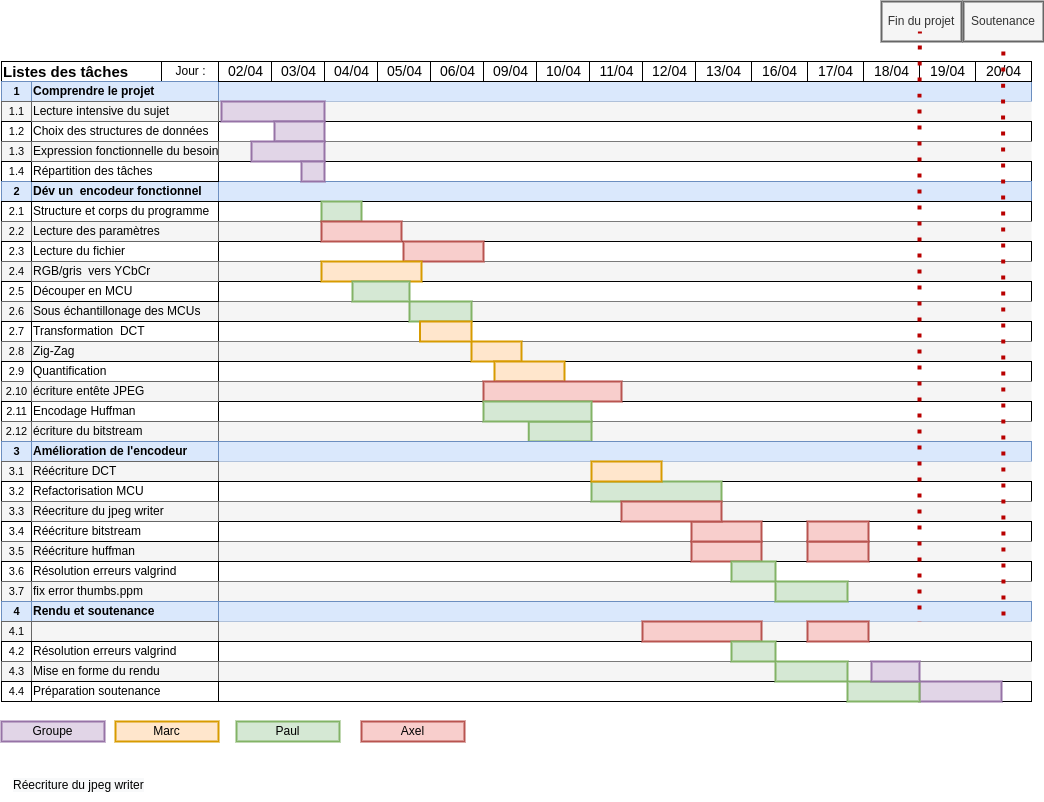
Earlier version of the draw.io export docs/Gantt.drawio.png (Paul-vrn/jpeg-encoder). Source tidied: cells renumbered, new cells last; positions are measured from the earlier drawing's top-left corner, leaving out a move shared by most shapes.
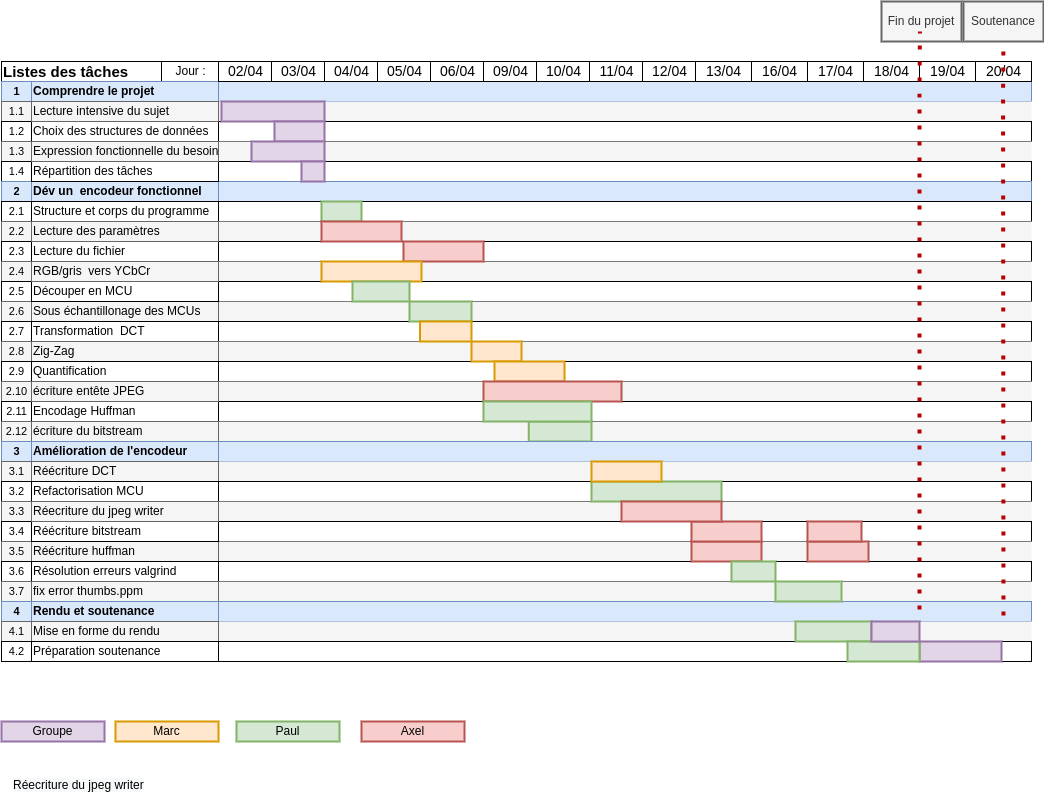
After the commit.

The edit, as a diff of the source:
```diff
@@ -394,7 +394,7 @@
       <mxGeometry x="730" y="560" width="44" height="20" as="geometry" />
     </mxCell>
     <mxCell id="130" style="rounded=0;whiteSpace=wrap;html=1;fillColor=#d5e8d4;strokeColor=#82b366;strokeWidth=2;" parent="1" vertex="1">
-      <mxGeometry x="774" y="580" width="72" height="20" as="geometry" />
+      <mxGeometry x="774" y="580" width="66" height="20" as="geometry" />
     </mxCell>
     <mxCell id="131" style="endArrow=none;dashed=1;html=1;dashPattern=1 3;strokeWidth=4;fontSize=12;fillColor=#f8cecc;strokeColor=#B80000;" parent="1" edge="1">
       <mxGeometry relative="1" as="geometry">
@@ -410,7 +410,7 @@
       <mxGeometry x="806" y="540" width="61" height="20" as="geometry" />
     </mxCell>
     <mxCell id="133" style="rounded=0;whiteSpace=wrap;html=1;fillColor=#f8cecc;strokeColor=#b85450;strokeWidth=2;" parent="1" vertex="1">
-      <mxGeometry x="806" y="520" width="61" height="20" as="geometry" />
+      <mxGeometry x="806" y="520" width="54" height="20" as="geometry" />
     </mxCell>
     <mxCell id="134" value="4.1" style="strokeWidth=1;fontStyle=0;html=1;verticalAlign=middle;align=center;strokeColor=#666666;fontColor=#000000;fillColor=#f5f5f5;fontSize=11;fontFamily=Helvetica;" parent="1" vertex="1">
       <mxGeometry y="620" width="30" height="20" as="geometry" />
@@ -418,56 +418,29 @@
     <mxCell id="135" value="4.2" style="strokeWidth=1;fontStyle=0;html=1;verticalAlign=middle;align=center;fontSize=11;fontFamily=Helvetica;fontColor=#000000;" parent="1" vertex="1">
       <mxGeometry y="640" width="30" height="20" as="geometry" />
     </mxCell>
-    <mxCell id="136" style="align=left;html=1;fillColor=#f5f5f5;fontColor=#333333;strokeColor=none;" parent="1" vertex="1">
-      <mxGeometry x="217" y="620" width="813" height="20" as="geometry" />
-    </mxCell>
-    <mxCell id="137" style="align=left;html=1;" parent="1" vertex="1">
-      <mxGeometry x="217" y="640" width="813" height="20" as="geometry" />
-    </mxCell>
-    <mxCell id="138" style="align=left;html=1;strokeColor=#666666;perimeterSpacing=0;fillColor=#f5f5f5;" parent="1" vertex="1">
-      <mxGeometry x="30" y="620" width="187" height="20" as="geometry" />
-    </mxCell>
-    <mxCell id="139" value="Résolution erreurs valgrind" style="align=left;html=1;perimeterSpacing=0;" parent="1" vertex="1">
-      <mxGeometry x="30" y="640" width="187" height="20" as="geometry" />
-    </mxCell>
-    <mxCell id="140" value="4.3" style="strokeWidth=1;fontStyle=0;html=1;verticalAlign=middle;align=center;strokeColor=#666666;fontColor=#000000;fillColor=#f5f5f5;fontSize=11;fontFamily=Helvetica;" parent="1" vertex="1">
-      <mxGeometry y="660" width="30" height="20" as="geometry" />
-    </mxCell>
-    <mxCell id="141" value="4.4" style="strokeWidth=1;fontStyle=0;html=1;verticalAlign=middle;align=center;fontSize=11;fontFamily=Helvetica;fontColor=#000000;" parent="1" vertex="1">
-      <mxGeometry y="680" width="30" height="20" as="geometry" />
-    </mxCell>
     <mxCell id="142" style="align=left;html=1;fillColor=#f5f5f5;fontColor=#333333;strokeColor=none;" parent="1" vertex="1">
-      <mxGeometry x="217" y="660" width="813" height="20" as="geometry" />
+      <mxGeometry x="217" y="620" width="813" height="20" as="geometry" />
     </mxCell>
     <mxCell id="143" style="align=left;html=1;" parent="1" vertex="1">
-      <mxGeometry x="217" y="680" width="813" height="20" as="geometry" />
+      <mxGeometry x="217" y="640" width="813" height="20" as="geometry" />
     </mxCell>
     <mxCell id="144" value="Mise en forme du rendu" style="align=left;html=1;strokeColor=#666666;perimeterSpacing=0;fillColor=#f5f5f5;" parent="1" vertex="1">
-      <mxGeometry x="30" y="660" width="187" height="20" as="geometry" />
+      <mxGeometry x="30" y="620" width="187" height="20" as="geometry" />
     </mxCell>
     <mxCell id="145" value="Préparation soutenance" style="align=left;html=1;perimeterSpacing=0;" parent="1" vertex="1">
-      <mxGeometry x="30" y="680" width="187" height="20" as="geometry" />
+      <mxGeometry x="30" y="640" width="187" height="20" as="geometry" />
     </mxCell>
     <mxCell id="146" style="rounded=0;whiteSpace=wrap;html=1;fillColor=#e1d5e7;strokeColor=#9673a6;strokeWidth=2;" parent="1" vertex="1">
-      <mxGeometry x="918" y="680" width="82" height="20" as="geometry" />
+      <mxGeometry x="918" y="640" width="82" height="20" as="geometry" />
     </mxCell>
-    <mxCell id="147" style="rounded=0;whiteSpace=wrap;html=1;fillColor=#f8cecc;strokeColor=#b85450;strokeWidth=2;" parent="1" vertex="1">
-      <mxGeometry x="641" y="620" width="119" height="20" as="geometry" />
-    </mxCell>
-    <mxCell id="148" style="rounded=0;whiteSpace=wrap;html=1;fillColor=#d5e8d4;strokeColor=#82b366;strokeWidth=2;" parent="1" vertex="1">
-      <mxGeometry x="730" y="640" width="44" height="20" as="geometry" />
-    </mxCell>
     <mxCell id="149" style="rounded=0;whiteSpace=wrap;html=1;fillColor=#d5e8d4;strokeColor=#82b366;strokeWidth=2;" parent="1" vertex="1">
-      <mxGeometry x="774" y="660" width="72" height="20" as="geometry" />
+      <mxGeometry x="794" y="620" width="76" height="20" as="geometry" />
     </mxCell>
     <mxCell id="150" style="rounded=0;whiteSpace=wrap;html=1;fillColor=#d5e8d4;strokeColor=#82b366;strokeWidth=2;" parent="1" vertex="1">
-      <mxGeometry x="846" y="680" width="72" height="20" as="geometry" />
+      <mxGeometry x="846" y="640" width="72" height="20" as="geometry" />
     </mxCell>
-    <mxCell id="151" style="rounded=0;whiteSpace=wrap;html=1;fillColor=#f8cecc;strokeColor=#b85450;strokeWidth=2;" parent="1" vertex="1">
-      <mxGeometry x="806" y="620" width="61" height="20" as="geometry" />
-    </mxCell>
     <mxCell id="152" style="rounded=0;whiteSpace=wrap;html=1;fillColor=#e1d5e7;strokeColor=#9673a6;strokeWidth=2;" parent="1" vertex="1">
-      <mxGeometry x="870" y="660" width="48" height="20" as="geometry" />
+      <mxGeometry x="870" y="620" width="48" height="20" as="geometry" />
     </mxCell>
     <mxCell id="153" value="&lt;span style=&quot;color: rgb(0, 0, 0); font-family: helvetica; font-size: 12px; font-style: normal; font-weight: 400; letter-spacing: normal; text-align: left; text-indent: 0px; text-transform: none; word-spacing: 0px; background-color: rgb(248, 249, 250); display: inline; float: none;&quot;&gt;Réecriture du jpeg writer&lt;/span&gt;" style="text;whiteSpace=wrap;html=1;" parent="1" vertex="1">
       <mxGeometry x="10" y="770" width="160" height="30" as="geometry" />
```
